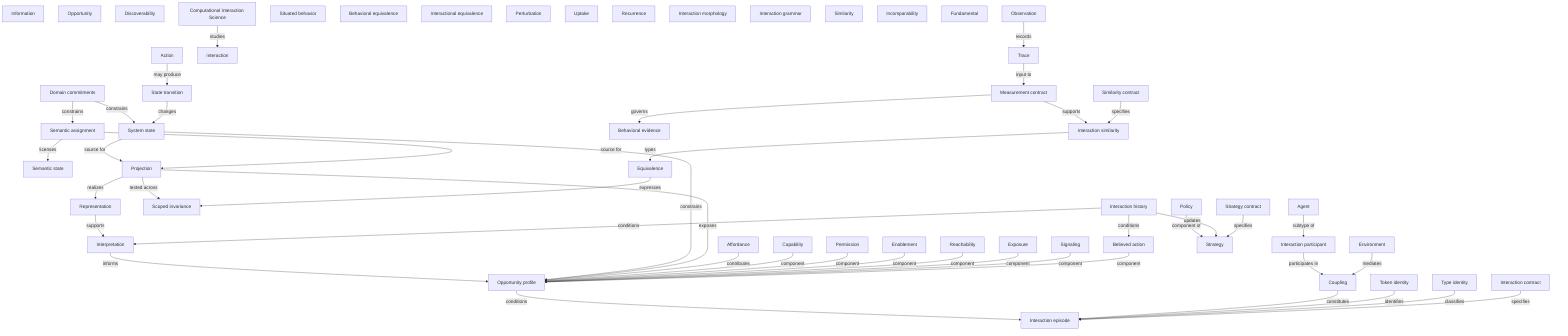
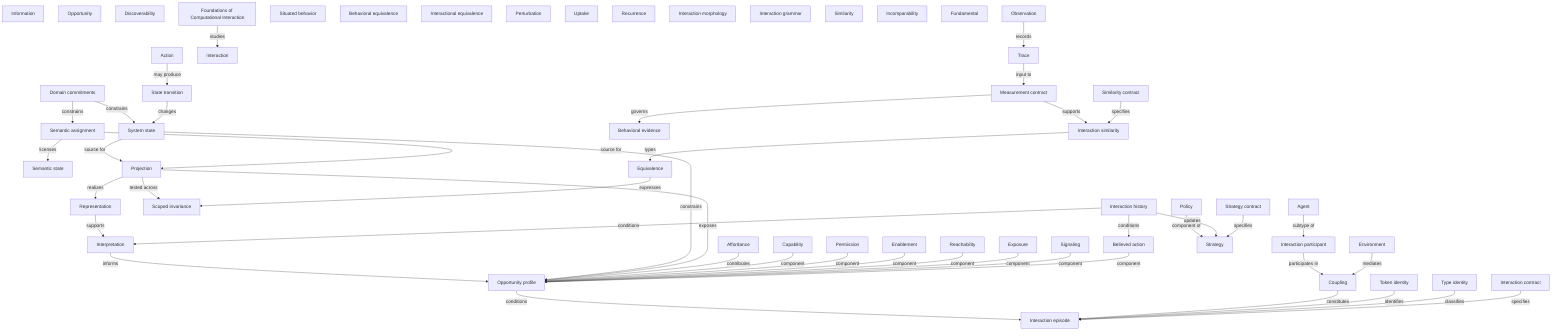
flowchart TD
  domain_commitments["Domain commitments"]
  system_state["System state"]
  semantic_assignment["Semantic assignment"]
  semantic_state["Semantic state"]
  information["Information"]
  representation["Representation"]
  projection["Projection"]
  scoped_invariance["Scoped invariance"]
  interpretation["Interpretation"]
  interaction_participant["Interaction participant"]
  agent["Agent"]
  environment["Environment"]
  affordance["Affordance"]
  opportunity["Opportunity"]
  opportunity_profile["Opportunity profile"]
  capability["Capability"]
  permission["Permission"]
  enablement["Enablement"]
  reachability["Reachability"]
  exposure["Exposure"]
  signaling["Signaling"]
  discoverability["Discoverability"]
  believed_action["Believed action"]
  action["Action"]
  state_transition["State transition"]
  observation["Observation"]
  situated_behavior["Situated behavior"]
  behavioral_evidence["Behavioral evidence"]
  behavioral_equivalence["Behavioral equivalence"]
  interactional_equivalence["Interactional equivalence"]
  interaction["Interaction"]
  interaction_episode["Interaction episode"]
  coupling["Coupling"]
  perturbation["Perturbation"]
  uptake["Uptake"]
  recurrence["Recurrence"]
  interaction_contract["Interaction contract"]
  interaction_morphology["Interaction morphology"]
  interaction_grammar["Interaction grammar"]
  interaction_history["Interaction history"]
  trace["Trace"]
  measurement_contract["Measurement contract"]
  interaction_similarity["Interaction similarity"]
  token_identity["Token identity"]
  type_identity["Type identity"]
  equivalence["Equivalence"]
  similarity["Similarity"]
  incomparability["Incomparability"]
  similarity_contract["Similarity contract"]
  strategy["Strategy"]
  strategy_contract["Strategy contract"]
  policy["Policy"]
  fundamental["Fundamental"]
-   computational_interaction_science["Computational Interaction Science"]
+   computational_interaction_science["Foundations of Computational Interaction"]
  domain_commitments -->|constrains| system_state
  domain_commitments -->|constrains| semantic_assignment
  semantic_assignment -->|licenses| semantic_state
  system_state -->|source for| projection
  semantic_assignment -->|source for| projection
  projection -->|realizes| representation
  representation -->|supports| interpretation
  interpretation -->|informs| opportunity_profile
  system_state -->|constrains| opportunity_profile
  projection -->|exposes| opportunity_profile
  opportunity_profile -->|conditions| interaction_episode
  coupling -->|constitutes| interaction_episode
  interaction_participant -->|participates in| coupling
  observation -->|records| trace
  trace -->|input to| measurement_contract
  measurement_contract -->|supports| interaction_similarity
  interaction_similarity -->|types| equivalence
  policy -->|component of| strategy
  interaction_history -->|updates| strategy
  interaction_history -->|conditions| interpretation
  interaction_history -->|conditions| believed_action
  affordance -->|contributes| opportunity_profile
  capability -->|component| opportunity_profile
  permission -->|component| opportunity_profile
  enablement -->|component| opportunity_profile
  reachability -->|component| opportunity_profile
  exposure -->|component| opportunity_profile
  signaling -->|component| opportunity_profile
  believed_action -->|component| opportunity_profile
  action -->|may produce| state_transition
  state_transition -->|changes| system_state
  agent -->|subtype of| interaction_participant
  environment -->|mediates| coupling
  token_identity -->|identifies| interaction_episode
  type_identity -->|classifies| interaction_episode
  similarity_contract -->|specifies| interaction_similarity
  strategy_contract -->|specifies| strategy
  interaction_contract -->|specifies| interaction_episode
  measurement_contract -->|governs| behavioral_evidence
  projection -->|tested across| scoped_invariance
  equivalence -->|expresses| scoped_invariance
  computational_interaction_science -->|studies| interaction